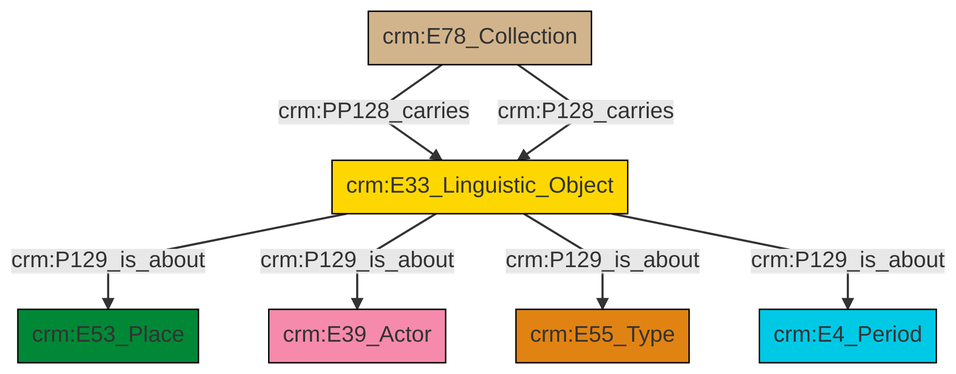
The Mermaid diagram et/archivalCSV/ttl/mmd/png/archival_aboutness.png in swiss-art-research-net/docs.swissartresearch, before a commit. Its source is kept beside it as et/archivalCSV/ttl/mmd/archival_aboutness.ttl.mmd.
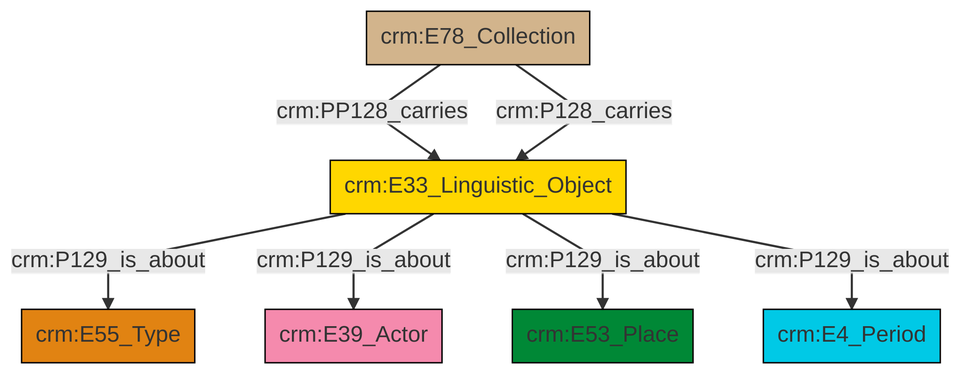
The same file after the commit.

The edit, as a diff of the source:
```diff
@@ -13,9 +13,9 @@
 classDef PC_Classes fill:#4ce600, stroke:#000000;
 classDef Multi fill:#cccccc,stroke:#000000;
 
-0["crm:E78_Collection"]:::Physical_Thing -->|crm:PP128_carries| 2["crm:E33_Linguistic_Object"]:::Conceptual_Object
-2["crm:E33_Linguistic_Object"]:::Conceptual_Object -->|crm:P129_is_about| 5["crm:E53_Place"]:::Place
-0["crm:E78_Collection"]:::Physical_Thing -->|crm:P128_carries| 2["crm:E33_Linguistic_Object"]:::Conceptual_Object
-2["crm:E33_Linguistic_Object"]:::Conceptual_Object -->|crm:P129_is_about| 3["crm:E39_Actor"]:::Actor
-2["crm:E33_Linguistic_Object"]:::Conceptual_Object -->|crm:P129_is_about| 7["crm:E55_Type"]:::Type
-2["crm:E33_Linguistic_Object"]:::Conceptual_Object -->|crm:P129_is_about| 9["crm:E4_Period"]:::Temporal_Entity
+0["crm:E78_Collection"]:::Physical_Thing -->|crm:PP128_carries| 1["crm:E33_Linguistic_Object"]:::Conceptual_Object
+1["crm:E33_Linguistic_Object"]:::Conceptual_Object -->|crm:P129_is_about| 5["crm:E55_Type"]:::Type
+1["crm:E33_Linguistic_Object"]:::Conceptual_Object -->|crm:P129_is_about| 3["crm:E39_Actor"]:::Actor
+1["crm:E33_Linguistic_Object"]:::Conceptual_Object -->|crm:P129_is_about| 6["crm:E53_Place"]:::Place
+0["crm:E78_Collection"]:::Physical_Thing -->|crm:P128_carries| 1["crm:E33_Linguistic_Object"]:::Conceptual_Object
+1["crm:E33_Linguistic_Object"]:::Conceptual_Object -->|crm:P129_is_about| 8["crm:E4_Period"]:::Temporal_Entity
```
